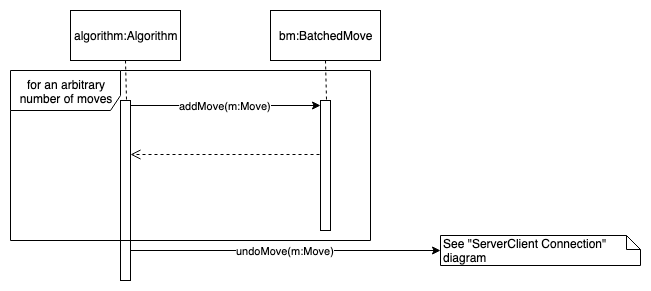
This is Presentation/SequenceDiagrams/35. Display progress on the map as algorithm runs.png from Randypaquette13/CSE308New, a draw.io export, as it was before one commit. Source tidied: cells renumbered, new cells last; positions are measured from the earlier drawing's top-left corner, leaving out a move shared by most shapes.
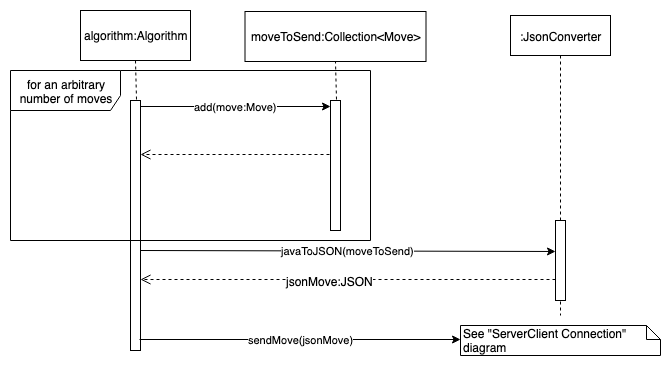
After the commit.

Change to the diagram source:
```diff
@@ -3,7 +3,7 @@
     <mxCell id="0" />
     <mxCell id="1" parent="0" />
     <mxCell id="2" style="html=1;points=[];perimeter=orthogonalPerimeter;" parent="1" vertex="1">
-      <mxGeometry x="110" y="90" width="10" height="180" as="geometry" />
+      <mxGeometry x="110" y="90" width="10" height="250" as="geometry" />
     </mxCell>
     <mxCell id="3" value="algorithm:Algorithm" style="html=1;" parent="1" vertex="1">
       <mxGeometry x="60" width="110" height="50" as="geometry" />
@@ -14,29 +14,45 @@
     <mxCell id="5" style="html=1;points=[];perimeter=orthogonalPerimeter;" parent="1" vertex="1">
       <mxGeometry x="310" y="90" width="10" height="130" as="geometry" />
     </mxCell>
-    <mxCell id="6" value="bm:BatchedMove" style="html=1;" parent="1" vertex="1">
-      <mxGeometry x="260" width="110" height="50" as="geometry" />
+    <mxCell id="6" value="moveToSend:Collection&amp;lt;Move&amp;gt;" style="html=1;" parent="1" vertex="1">
+      <mxGeometry x="224.5" y="1" width="181" height="50" as="geometry" />
     </mxCell>
     <mxCell id="7" style="endArrow=none;dashed=1;html=1;entryX=0.5;entryY=1;entryDx=0;entryDy=0;exitX=0.6;exitY=-0.004;exitDx=0;exitDy=0;exitPerimeter=0;" parent="1" edge="1" source="5" target="6">
       <mxGeometry relative="1" as="geometry" />
     </mxCell>
-    <mxCell id="8" value="addMove(m:Move)" style="endArrow=classic;html=1;exitX=1;exitY=0.025;exitDx=0;exitDy=0;exitPerimeter=0;" parent="1" edge="1" source="2" target="5">
+    <mxCell id="8" value="add(move:Move)" style="endArrow=classic;html=1;exitX=1;exitY=0.025;exitDx=0;exitDy=0;exitPerimeter=0;" parent="1" edge="1" source="2" target="5">
       <mxGeometry relative="1" as="geometry" />
     </mxCell>
     <mxCell id="9" style="html=1;verticalAlign=bottom;endArrow=open;dashed=1;endSize=8;exitX=-0.1;exitY=0.415;exitDx=0;exitDy=0;exitPerimeter=0;" parent="1" edge="1" source="5" target="2">
       <mxGeometry relative="1" as="geometry" />
     </mxCell>
-    <mxCell id="10" value="undoMove(m:Move)" style="endArrow=classic;html=1;exitX=1;exitY=0.316;exitDx=0;exitDy=0;exitPerimeter=0;" parent="1" edge="1">
+    <mxCell id="10" value="sendMove(jsonMove)" style="endArrow=classic;html=1;exitX=0.9;exitY=0.956;exitDx=0;exitDy=0;exitPerimeter=0;" parent="1" edge="1" source="2">
       <mxGeometry relative="1" as="geometry">
-        <mxPoint x="120" y="240" as="sourcePoint" />
-        <mxPoint x="430" y="240" as="targetPoint" />
+        <mxPoint x="440" y="329" as="targetPoint" />
       </mxGeometry>
     </mxCell>
     <mxCell id="11" value="See &quot;ServerClient Connection&quot; diagram" style="shape=note;whiteSpace=wrap;html=1;size=14;verticalAlign=top;align=left;spacingTop=-6;" parent="1" vertex="1">
-      <mxGeometry x="430" y="225" width="200" height="30" as="geometry" />
+      <mxGeometry x="440" y="315" width="200" height="30" as="geometry" />
     </mxCell>
     <mxCell id="12" value="for an arbitrary number of moves" style="shape=umlFrame;whiteSpace=wrap;html=1;width=110;height=40;" parent="1" vertex="1">
-      <mxGeometry y="60" width="360" height="170" as="geometry" />
+      <mxGeometry x="-10" y="60" width="360" height="170" as="geometry" />
     </mxCell>
+    <mxCell id="13" value=":JsonConverter" style="html=1;perimeter=orthogonalPerimeter;shape=umlLifeline;participant=label;fontFamily=Helvetica;fontSize=12;fontColor=#000000;align=center;strokeColor=#000000;fillColor=#ffffff;" parent="1" vertex="1">
+      <mxGeometry x="490" y="5" width="100" height="300" as="geometry" />
+    </mxCell>
+    <mxCell id="14" style="html=1;points=[];perimeter=orthogonalPerimeter;" parent="13" vertex="1">
+      <mxGeometry x="45" y="205" width="10" height="80" as="geometry" />
+    </mxCell>
+    <mxCell id="15" value="javaToJSON(moveToSend)" style="endArrow=classic;html=1;exitX=1;exitY=0.025;exitDx=0;exitDy=0;exitPerimeter=0;entryX=0;entryY=0.388;entryDx=0;entryDy=0;entryPerimeter=0;" parent="1" edge="1" target="14">
+      <mxGeometry relative="1" as="geometry">
+        <mxPoint x="120" y="240" as="sourcePoint" />
+      </mxGeometry>
+    </mxCell>
+    <mxCell id="16" style="html=1;verticalAlign=bottom;endArrow=open;dashed=1;endSize=8;exitX=0;exitY=0.738;exitDx=0;exitDy=0;exitPerimeter=0;" parent="1" edge="1" source="14" target="2">
+      <mxGeometry relative="1" as="geometry" />
+    </mxCell>
+    <mxCell id="17" value="jsonMove:JSON" style="text;html=1;align=center;verticalAlign=middle;labelBackgroundColor=#ffffff;" parent="16" vertex="1">
+      <mxGeometry x="0.09" y="1" relative="1" as="geometry" />
+    </mxCell>
   </root>
 </mxGraphModel>
```
